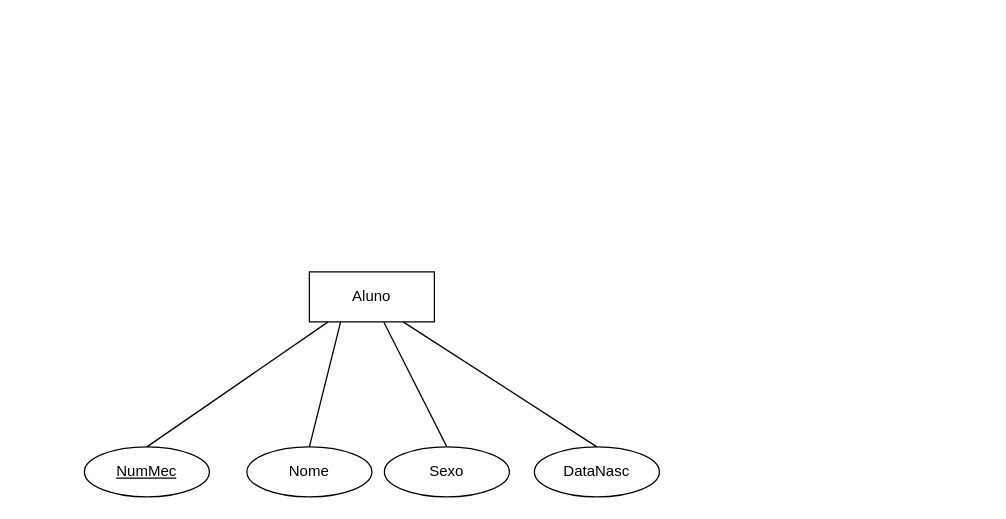
Above: diagrama escolar .drawio in JoaoCorreia2008/Diagrama-escolar- (draw.io), before the change. Source tidied: cells renumbered, new cells numbered last; positions are measured from the earlier drawing's top-left corner, leaving out a move shared by most shapes. Both pictures are drawn from the tidied source at 125%, with x=0, y=0 at pixel (84, 271).
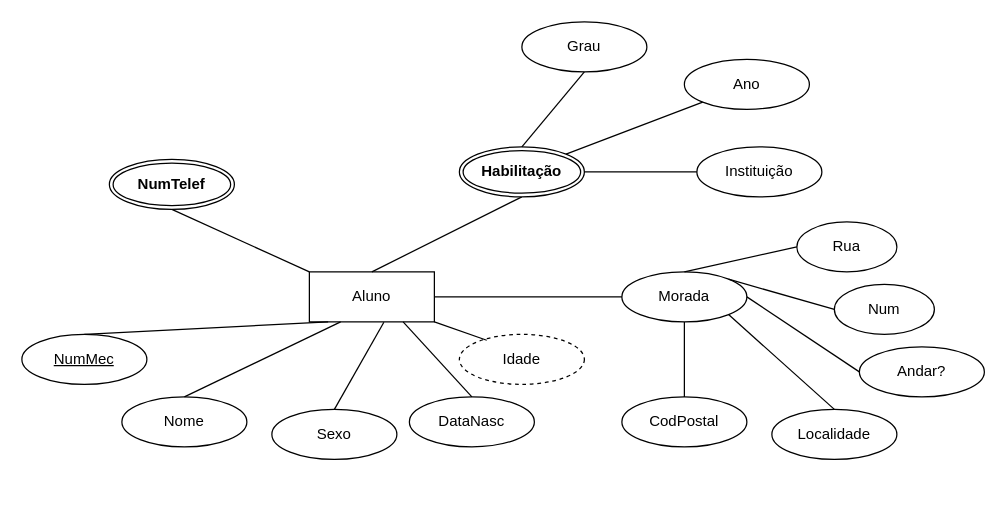
The same diagram, later.

The change refers to these unchanged cells:
```xml
<mxCell id="2" value="Aluno" style="whiteSpace=wrap;html=1;align=center;" parent="1" vertex="1">
  <mxGeometry x="180" width="100" height="40" as="geometry" />
</mxCell>
```

What changed in the source:
```diff
@@
     <mxCell id="3" value="&lt;u&gt;NumMec&lt;/u&gt;" style="ellipse;whiteSpace=wrap;html=1;align=center;" parent="1" vertex="1">
-      <mxGeometry y="140" width="100" height="40" as="geometry" />
+      <mxGeometry x="-50" y="50" width="100" height="40" as="geometry" />
     </mxCell>
     <mxCell id="4" value="Nome" style="ellipse;whiteSpace=wrap;html=1;align=center;" parent="1" vertex="1">
-      <mxGeometry x="130" y="140" width="100" height="40" as="geometry" />
+      <mxGeometry x="30" y="100" width="100" height="40" as="geometry" />
     </mxCell>
     <mxCell id="5" value="Sexo" style="ellipse;whiteSpace=wrap;html=1;align=center;" parent="1" vertex="1">
-      <mxGeometry x="240" y="140" width="100" height="40" as="geometry" />
+      <mxGeometry x="150" y="110" width="100" height="40" as="geometry" />
     </mxCell>
     <mxCell id="6" value="DataNasc" style="ellipse;whiteSpace=wrap;html=1;align=center;" parent="1" vertex="1">
-      <mxGeometry x="360" y="140" width="100" height="40" as="geometry" />
+      <mxGeometry x="260" y="100" width="100" height="40" as="geometry" />
     </mxCell>
@@
+    <mxCell id="11" style="endArrow=none;html=1;rounded=0;fontFamily=Helvetica;fontSize=12;fontColor=default;exitX=0.5;exitY=1;exitDx=0;exitDy=0;entryX=0;entryY=0;entryDx=0;entryDy=0;" parent="1" edge="1" source="13" target="2">
+      <mxGeometry relative="1" as="geometry" />
+    </mxCell>
+    <mxCell id="12" style="endArrow=none;html=1;rounded=0;fontFamily=Helvetica;fontSize=12;fontColor=default;exitX=0.5;exitY=0;exitDx=0;exitDy=0;entryX=0.5;entryY=1;entryDx=0;entryDy=0;" parent="1" edge="1" source="2" target="14">
+      <mxGeometry relative="1" as="geometry" />
+    </mxCell>
+    <mxCell id="13" value="&lt;b&gt;NumTelef&lt;/b&gt;" style="ellipse;shape=doubleEllipse;margin=3;whiteSpace=wrap;html=1;align=center;strokeColor=default;verticalAlign=middle;fontFamily=Helvetica;fontSize=12;fontColor=default;fillColor=default;" parent="1" vertex="1">
+      <mxGeometry x="20" y="-90" width="100" height="40" as="geometry" />
+    </mxCell>
+    <mxCell id="14" value="&lt;b&gt;Habilitação&lt;/b&gt;" style="ellipse;shape=doubleEllipse;margin=3;whiteSpace=wrap;html=1;align=center;strokeColor=default;verticalAlign=middle;fontFamily=Helvetica;fontSize=12;fontColor=default;fillColor=default;" parent="1" vertex="1">
+      <mxGeometry x="300" y="-100" width="100" height="40" as="geometry" />
+    </mxCell>
+    <mxCell id="15" value="Grau" style="ellipse;whiteSpace=wrap;html=1;align=center;strokeColor=default;verticalAlign=middle;fontFamily=Helvetica;fontSize=12;fontColor=default;fillColor=default;" parent="1" vertex="1">
+      <mxGeometry x="350" y="-200" width="100" height="40" as="geometry" />
+    </mxCell>
+    <mxCell id="16" style="endArrow=none;html=1;rounded=0;fontFamily=Helvetica;fontSize=12;fontColor=default;exitX=0.5;exitY=0;exitDx=0;exitDy=0;entryX=0.5;entryY=1;entryDx=0;entryDy=0;" parent="1" edge="1" source="14" target="15">
+      <mxGeometry relative="1" as="geometry" />
+    </mxCell>
+    <mxCell id="17" value="Ano" style="ellipse;whiteSpace=wrap;html=1;align=center;strokeColor=default;verticalAlign=middle;fontFamily=Helvetica;fontSize=12;fontColor=default;fillColor=default;" parent="1" vertex="1">
+      <mxGeometry x="480" y="-170" width="100" height="40" as="geometry" />
+    </mxCell>
+    <mxCell id="18" value="Instituição" style="ellipse;whiteSpace=wrap;html=1;align=center;strokeColor=default;verticalAlign=middle;fontFamily=Helvetica;fontSize=12;fontColor=default;fillColor=default;" parent="1" vertex="1">
+      <mxGeometry x="490" y="-100" width="100" height="40" as="geometry" />
+    </mxCell>
+    <mxCell id="19" style="endArrow=none;html=1;rounded=0;fontFamily=Helvetica;fontSize=12;fontColor=default;exitX=1;exitY=0;exitDx=0;exitDy=0;entryX=0;entryY=1;entryDx=0;entryDy=0;" parent="1" edge="1" source="14" target="17">
+      <mxGeometry relative="1" as="geometry" />
+    </mxCell>
+    <mxCell id="20" value="Rua" style="ellipse;whiteSpace=wrap;html=1;align=center;strokeColor=default;verticalAlign=middle;fontFamily=Helvetica;fontSize=12;fontColor=default;fillColor=default;" parent="1" vertex="1">
+      <mxGeometry x="570" y="-40" width="80" height="40" as="geometry" />
+    </mxCell>
+    <mxCell id="21" value="Num" style="ellipse;whiteSpace=wrap;html=1;align=center;strokeColor=default;verticalAlign=middle;fontFamily=Helvetica;fontSize=12;fontColor=default;fillColor=default;" parent="1" vertex="1">
+      <mxGeometry x="600" y="10" width="80" height="40" as="geometry" />
+    </mxCell>
+    <mxCell id="22" value="Andar?" style="ellipse;whiteSpace=wrap;html=1;align=center;strokeColor=default;verticalAlign=middle;fontFamily=Helvetica;fontSize=12;fontColor=default;fillColor=default;" parent="1" vertex="1">
+      <mxGeometry x="620" y="60" width="100" height="40" as="geometry" />
+    </mxCell>
+    <mxCell id="23" value="Morada" style="ellipse;whiteSpace=wrap;html=1;align=center;strokeColor=default;verticalAlign=middle;fontFamily=Helvetica;fontSize=12;fontColor=default;fillColor=default;" parent="1" vertex="1">
+      <mxGeometry x="430" width="100" height="40" as="geometry" />
+    </mxCell>
+    <mxCell id="24" value="Idade" style="ellipse;whiteSpace=wrap;html=1;align=center;dashed=1;strokeColor=default;verticalAlign=middle;fontFamily=Helvetica;fontSize=12;fontColor=default;fillColor=default;" parent="1" vertex="1">
+      <mxGeometry x="300" y="50" width="100" height="40" as="geometry" />
+    </mxCell>
+    <mxCell id="25" value="CodPostal" style="ellipse;whiteSpace=wrap;html=1;align=center;strokeColor=default;verticalAlign=middle;fontFamily=Helvetica;fontSize=12;fontColor=default;fillColor=default;" parent="1" vertex="1">
+      <mxGeometry x="430" y="100" width="100" height="40" as="geometry" />
+    </mxCell>
+    <mxCell id="26" style="endArrow=none;html=1;rounded=0;fontFamily=Helvetica;fontSize=12;fontColor=default;exitX=1;exitY=0.5;exitDx=0;exitDy=0;entryX=0;entryY=0.5;entryDx=0;entryDy=0;" parent="1" edge="1" source="14" target="18">
+      <mxGeometry relative="1" as="geometry" />
+    </mxCell>
+    <mxCell id="27" style="endArrow=none;html=1;rounded=0;fontFamily=Helvetica;fontSize=12;fontColor=default;exitX=1;exitY=0.5;exitDx=0;exitDy=0;entryX=0;entryY=0.5;entryDx=0;entryDy=0;" parent="1" edge="1" source="2" target="23">
+      <mxGeometry relative="1" as="geometry" />
+    </mxCell>
+    <mxCell id="28" value="Localidade" style="ellipse;whiteSpace=wrap;html=1;align=center;strokeColor=default;verticalAlign=middle;fontFamily=Helvetica;fontSize=12;fontColor=default;fillColor=default;" parent="1" vertex="1">
+      <mxGeometry x="550" y="110" width="100" height="40" as="geometry" />
+    </mxCell>
+    <mxCell id="29" style="endArrow=none;html=1;rounded=0;fontFamily=Helvetica;fontSize=12;fontColor=default;exitX=1;exitY=1;exitDx=0;exitDy=0;entryX=0.219;entryY=0.118;entryDx=0;entryDy=0;entryPerimeter=0;" parent="1" edge="1" source="2" target="24">
+      <mxGeometry relative="1" as="geometry" />
+    </mxCell>
+    <mxCell id="30" style="endArrow=none;html=1;rounded=0;fontFamily=Helvetica;fontSize=12;fontColor=default;exitX=0.5;exitY=0;exitDx=0;exitDy=0;entryX=0.5;entryY=1;entryDx=0;entryDy=0;" parent="1" edge="1" source="25" target="23">
+      <mxGeometry relative="1" as="geometry" />
+    </mxCell>
+    <mxCell id="31" style="endArrow=none;html=1;rounded=0;fontFamily=Helvetica;fontSize=12;fontColor=default;exitX=0.5;exitY=0;exitDx=0;exitDy=0;entryX=1;entryY=1;entryDx=0;entryDy=0;" parent="1" edge="1" source="28" target="23">
+      <mxGeometry relative="1" as="geometry" />
+    </mxCell>
+    <mxCell id="32" style="endArrow=none;html=1;rounded=0;fontFamily=Helvetica;fontSize=12;fontColor=default;exitX=1;exitY=0.5;exitDx=0;exitDy=0;entryX=0;entryY=0.5;entryDx=0;entryDy=0;" parent="1" edge="1" source="23" target="22">
+      <mxGeometry relative="1" as="geometry" />
+    </mxCell>
+    <mxCell id="33" style="endArrow=none;html=1;rounded=0;fontFamily=Helvetica;fontSize=12;fontColor=default;exitX=0.5;exitY=0;exitDx=0;exitDy=0;entryX=0;entryY=0.5;entryDx=0;entryDy=0;" parent="1" edge="1" source="23" target="20">
+      <mxGeometry relative="1" as="geometry" />
+    </mxCell>
+    <mxCell id="34" style="endArrow=none;html=1;rounded=0;fontFamily=Helvetica;fontSize=12;fontColor=default;exitX=1;exitY=0;exitDx=0;exitDy=0;entryX=0;entryY=0.5;entryDx=0;entryDy=0;" parent="1" edge="1" source="23" target="21">
+      <mxGeometry relative="1" as="geometry" />
+    </mxCell>
```
